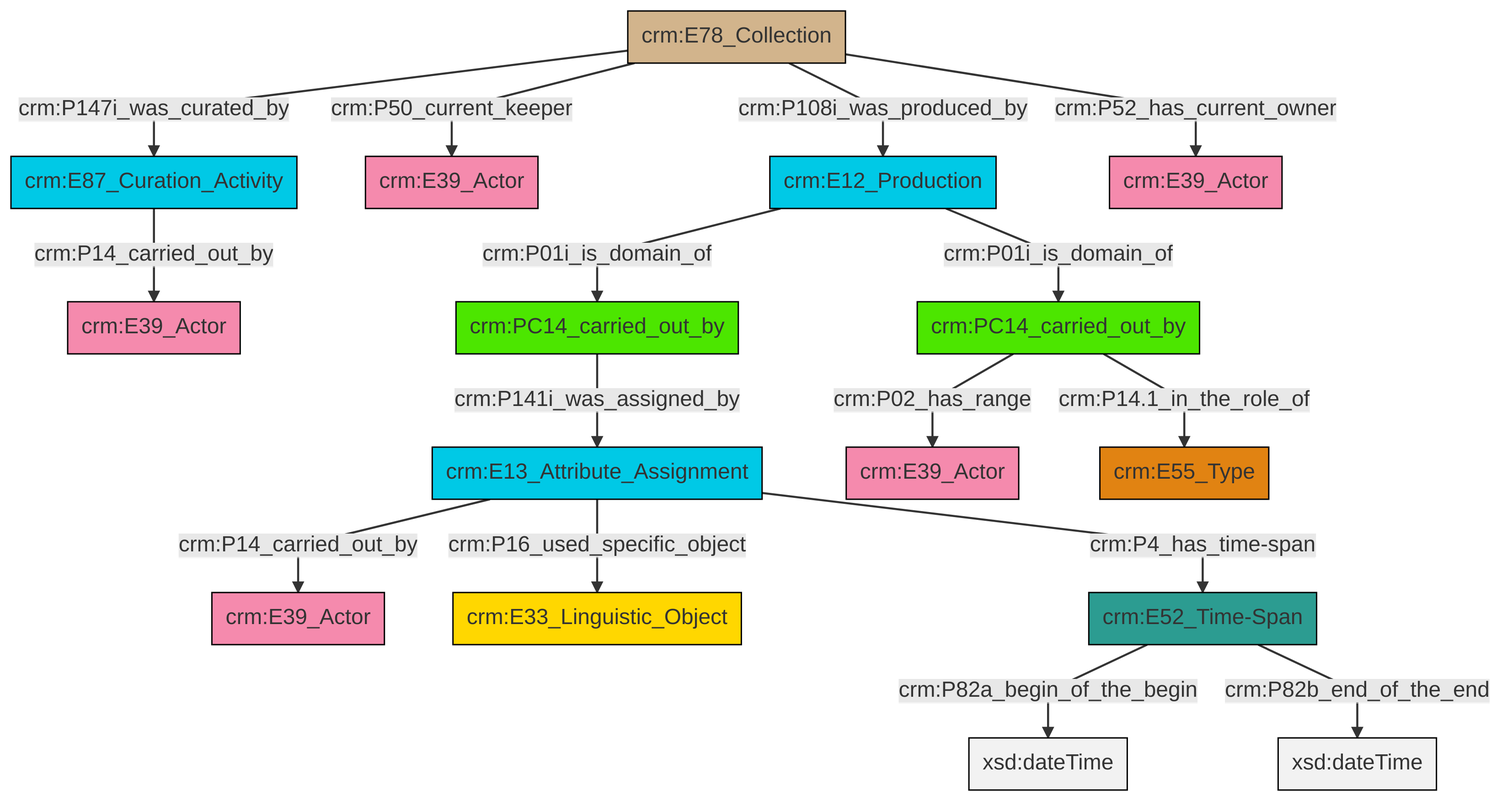
swiss-art-research-net/docs.swissartresearch keeps this Mermaid diagram as et/archivalCSV/ttl/mmd/png/archival_relation.png. Above is the earlier version. Its source is kept beside it as et/archivalCSV/ttl/mmd/archival_relation.ttl.mmd.
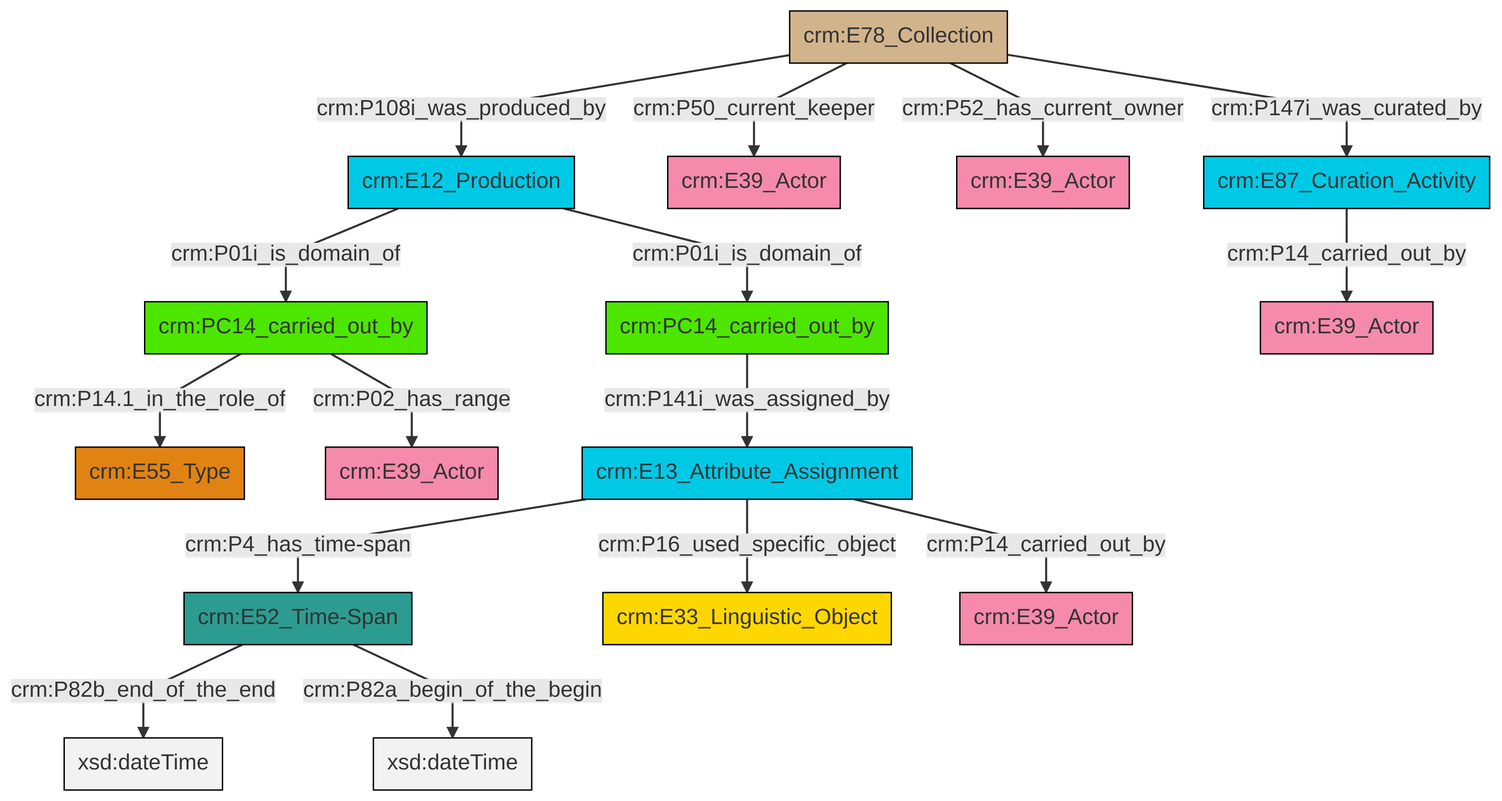
The same file after the commit.

Diff of the diagram source:
```diff
@@ -13,18 +13,18 @@
 classDef PC_Classes fill:#4ce600, stroke:#000000;
 classDef Multi fill:#cccccc,stroke:#000000;
 
-4["crm:E12_Production"]:::Temporal_Entity -->|crm:P01i_is_domain_of| 5["crm:PC14_carried_out_by"]:::PC_Classes
-8["crm:PC14_carried_out_by"]:::PC_Classes -->|crm:P141i_was_assigned_by| 14["crm:E13_Attribute_Assignment"]:::Temporal_Entity
-15["crm:E52_Time-Span"]:::Time-Span -->|crm:P82a_begin_of_the_begin| 16[xsd:dateTime]:::Literal
-15["crm:E52_Time-Span"]:::Time-Span -->|crm:P82b_end_of_the_end| 17[xsd:dateTime]:::Literal
-14["crm:E13_Attribute_Assignment"]:::Temporal_Entity -->|crm:P4_has_time-span| 15["crm:E52_Time-Span"]:::Time-Span
-12["crm:E78_Collection"]:::Physical_Thing -->|crm:P147i_was_curated_by| 21["crm:E87_Curation_Activity"]:::Temporal_Entity
-12["crm:E78_Collection"]:::Physical_Thing -->|crm:P108i_was_produced_by| 4["crm:E12_Production"]:::Temporal_Entity
-5["crm:PC14_carried_out_by"]:::PC_Classes -->|crm:P14.1_in_the_role_of| 22["crm:E55_Type"]:::Type
-12["crm:E78_Collection"]:::Physical_Thing -->|crm:P50_current_keeper| 10["crm:E39_Actor"]:::Actor
-12["crm:E78_Collection"]:::Physical_Thing -->|crm:P52_has_current_owner| 25["crm:E39_Actor"]:::Actor
-21["crm:E87_Curation_Activity"]:::Temporal_Entity -->|crm:P14_carried_out_by| 0["crm:E39_Actor"]:::Actor
-14["crm:E13_Attribute_Assignment"]:::Temporal_Entity -->|crm:P16_used_specific_object| 6["crm:E33_Linguistic_Object"]:::Conceptual_Object
-5["crm:PC14_carried_out_by"]:::PC_Classes -->|crm:P02_has_range| 18["crm:E39_Actor"]:::Actor
-14["crm:E13_Attribute_Assignment"]:::Temporal_Entity -->|crm:P14_carried_out_by| 2["crm:E39_Actor"]:::Actor
-4["crm:E12_Production"]:::Temporal_Entity -->|crm:P01i_is_domain_of| 8["crm:PC14_carried_out_by"]:::PC_Classes
+0["crm:E12_Production"]:::Temporal_Entity -->|crm:P01i_is_domain_of| 1["crm:PC14_carried_out_by"]:::PC_Classes
+4["crm:E78_Collection"]:::Physical_Thing -->|crm:P108i_was_produced_by| 0["crm:E12_Production"]:::Temporal_Entity
+4["crm:E78_Collection"]:::Physical_Thing -->|crm:P50_current_keeper| 5["crm:E39_Actor"]:::Actor
+0["crm:E12_Production"]:::Temporal_Entity -->|crm:P01i_is_domain_of| 2["crm:PC14_carried_out_by"]:::PC_Classes
+4["crm:E78_Collection"]:::Physical_Thing -->|crm:P52_has_current_owner| 6["crm:E39_Actor"]:::Actor
+10["crm:E87_Curation_Activity"]:::Temporal_Entity -->|crm:P14_carried_out_by| 11["crm:E39_Actor"]:::Actor
+2["crm:PC14_carried_out_by"]:::PC_Classes -->|crm:P141i_was_assigned_by| 12["crm:E13_Attribute_Assignment"]:::Temporal_Entity
+14["crm:E52_Time-Span"]:::Time-Span -->|crm:P82b_end_of_the_end| 15[xsd:dateTime]:::Literal
+4["crm:E78_Collection"]:::Physical_Thing -->|crm:P147i_was_curated_by| 10["crm:E87_Curation_Activity"]:::Temporal_Entity
+12["crm:E13_Attribute_Assignment"]:::Temporal_Entity -->|crm:P4_has_time-span| 14["crm:E52_Time-Span"]:::Time-Span
+12["crm:E13_Attribute_Assignment"]:::Temporal_Entity -->|crm:P16_used_specific_object| 17["crm:E33_Linguistic_Object"]:::Conceptual_Object
+12["crm:E13_Attribute_Assignment"]:::Temporal_Entity -->|crm:P14_carried_out_by| 19["crm:E39_Actor"]:::Actor
+14["crm:E52_Time-Span"]:::Time-Span -->|crm:P82a_begin_of_the_begin| 26[xsd:dateTime]:::Literal
+1["crm:PC14_carried_out_by"]:::PC_Classes -->|crm:P14.1_in_the_role_of| 23["crm:E55_Type"]:::Type
+1["crm:PC14_carried_out_by"]:::PC_Classes -->|crm:P02_has_range| 8["crm:E39_Actor"]:::Actor
```
